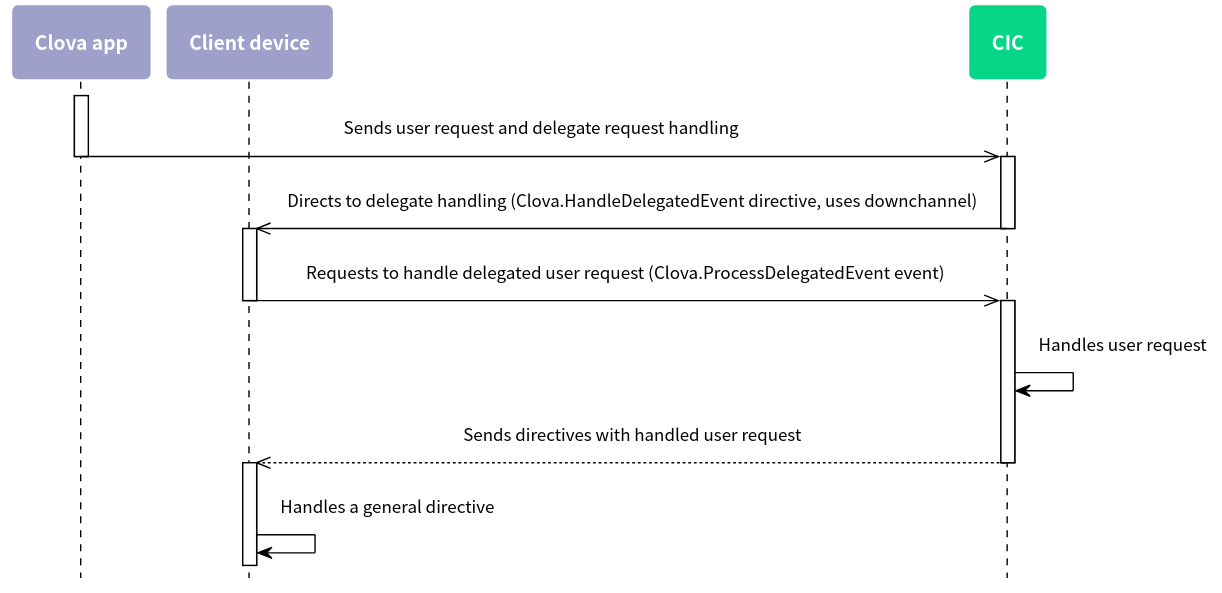
Earlier version of the PlantUML export en-KR/Develop/Assets/Images/CIC_Handle_Event_Delegation.svg (muchokwon/clova-client-developer-guide).
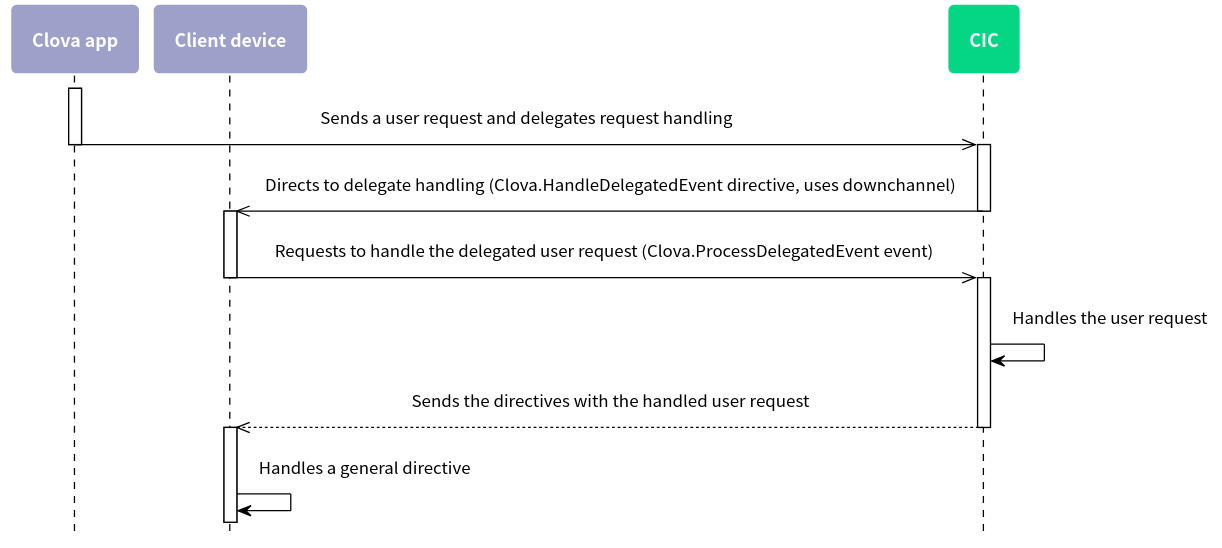
The same diagram one commit later.

What changed in the source:
```diff
@@ -54,7 +54,7 @@
 participant CIC as cic #05D686
 
 activate ca
-  ca ->> cic : Sends user request and delegate request handling
+  ca ->> cic : Sends a user request and delegates request handling
 deactivate ca
 
 activate cic
@@ -65,14 +65,14 @@
 
 activate cli
 
-  cli ->> cic : Requests to handle delegated user request (Clova.ProcessDelegatedEvent event)
+  cli ->> cic : Requests to handle the delegated user request (Clova.ProcessDelegatedEvent event)
 
 deactivate cli
 
 activate cic
 
-  cic -> cic : Handles user request
-  cic -->> cli : Sends directives with handled user request
+  cic -> cic : Handles the user request
+  cic -->> cli : Sends the directives with the handled user request
 
 deactivate cic
 
```
